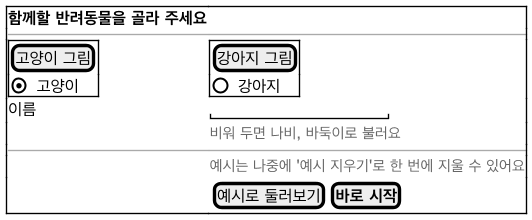
Earlier version of the PlantUML export docs/diagrams/ui-pick.png (2026-2-software-system-design-11/planning-pet-app).
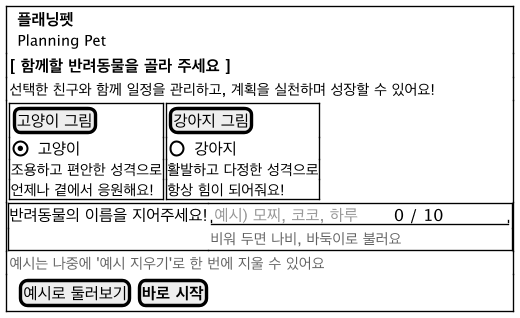
The same file after the commit.

What changed in the source:
```diff
@@ -1,19 +1,30 @@
 @startsalt ui-pick
 !include ui-common.iuml
 {+
-  <b>함께할 반려동물을 골라 주세요</b> | .
-  --|--
+  {
+    . | <b>플래닝펫</b> | .
+    . | <size:11>Planning Pet</size> | .
+  }
+  { <b>[ 함께할 반려동물을 골라 주세요 ]</b> }
+  { <size:11>선택한 친구와 함께 일정을 관리하고, 계획을 실천하며 성장할 수 있어요!</size> }
+  {
+    {+
+      [고양이 그림]
+      (X) 고양이
+      <size:11>조용하고 편안한 성격으로</size>
+      <size:11>언제나 곁에서 응원해요!</size>
+    } | {+
+      [강아지 그림]
+      ( ) 강아지
+      <size:11>활발하고 다정한 성격으로</size>
+      <size:11>항상 힘이 되어줘요!</size>
+    }
+  }
   {+
-    [고양이 그림]
-    (X) 고양이
-  } | {+
-    [강아지 그림]
-    ( ) 강아지
+    반려동물의 이름을 지어주세요! | "<color:#999999>예시) 모찌, 코코, 하루</color>       0 / 10"
+    . | <size:11><color:#666666>비워 두면 나비, 바둑이로 불러요</color></size>
   }
-  이름 | "                "
-  . | <size:11><color:#666666>비워 두면 나비, 바둑이로 불러요</color></size>
-  --|--
-  . | <size:11><color:#666666>예시는 나중에 '예시 지우기'로 한 번에 지울 수 있어요</color></size>
-  . | { [예시로 둘러보기] | [<b>바로 시작</b>] }
+  { <size:11><color:#666666>예시는 나중에 '예시 지우기'로 한 번에 지울 수 있어요</color></size> }
+  { . | [예시로 둘러보기] | [<b>바로 시작</b>] | . }
 }
 @endsalt
```
